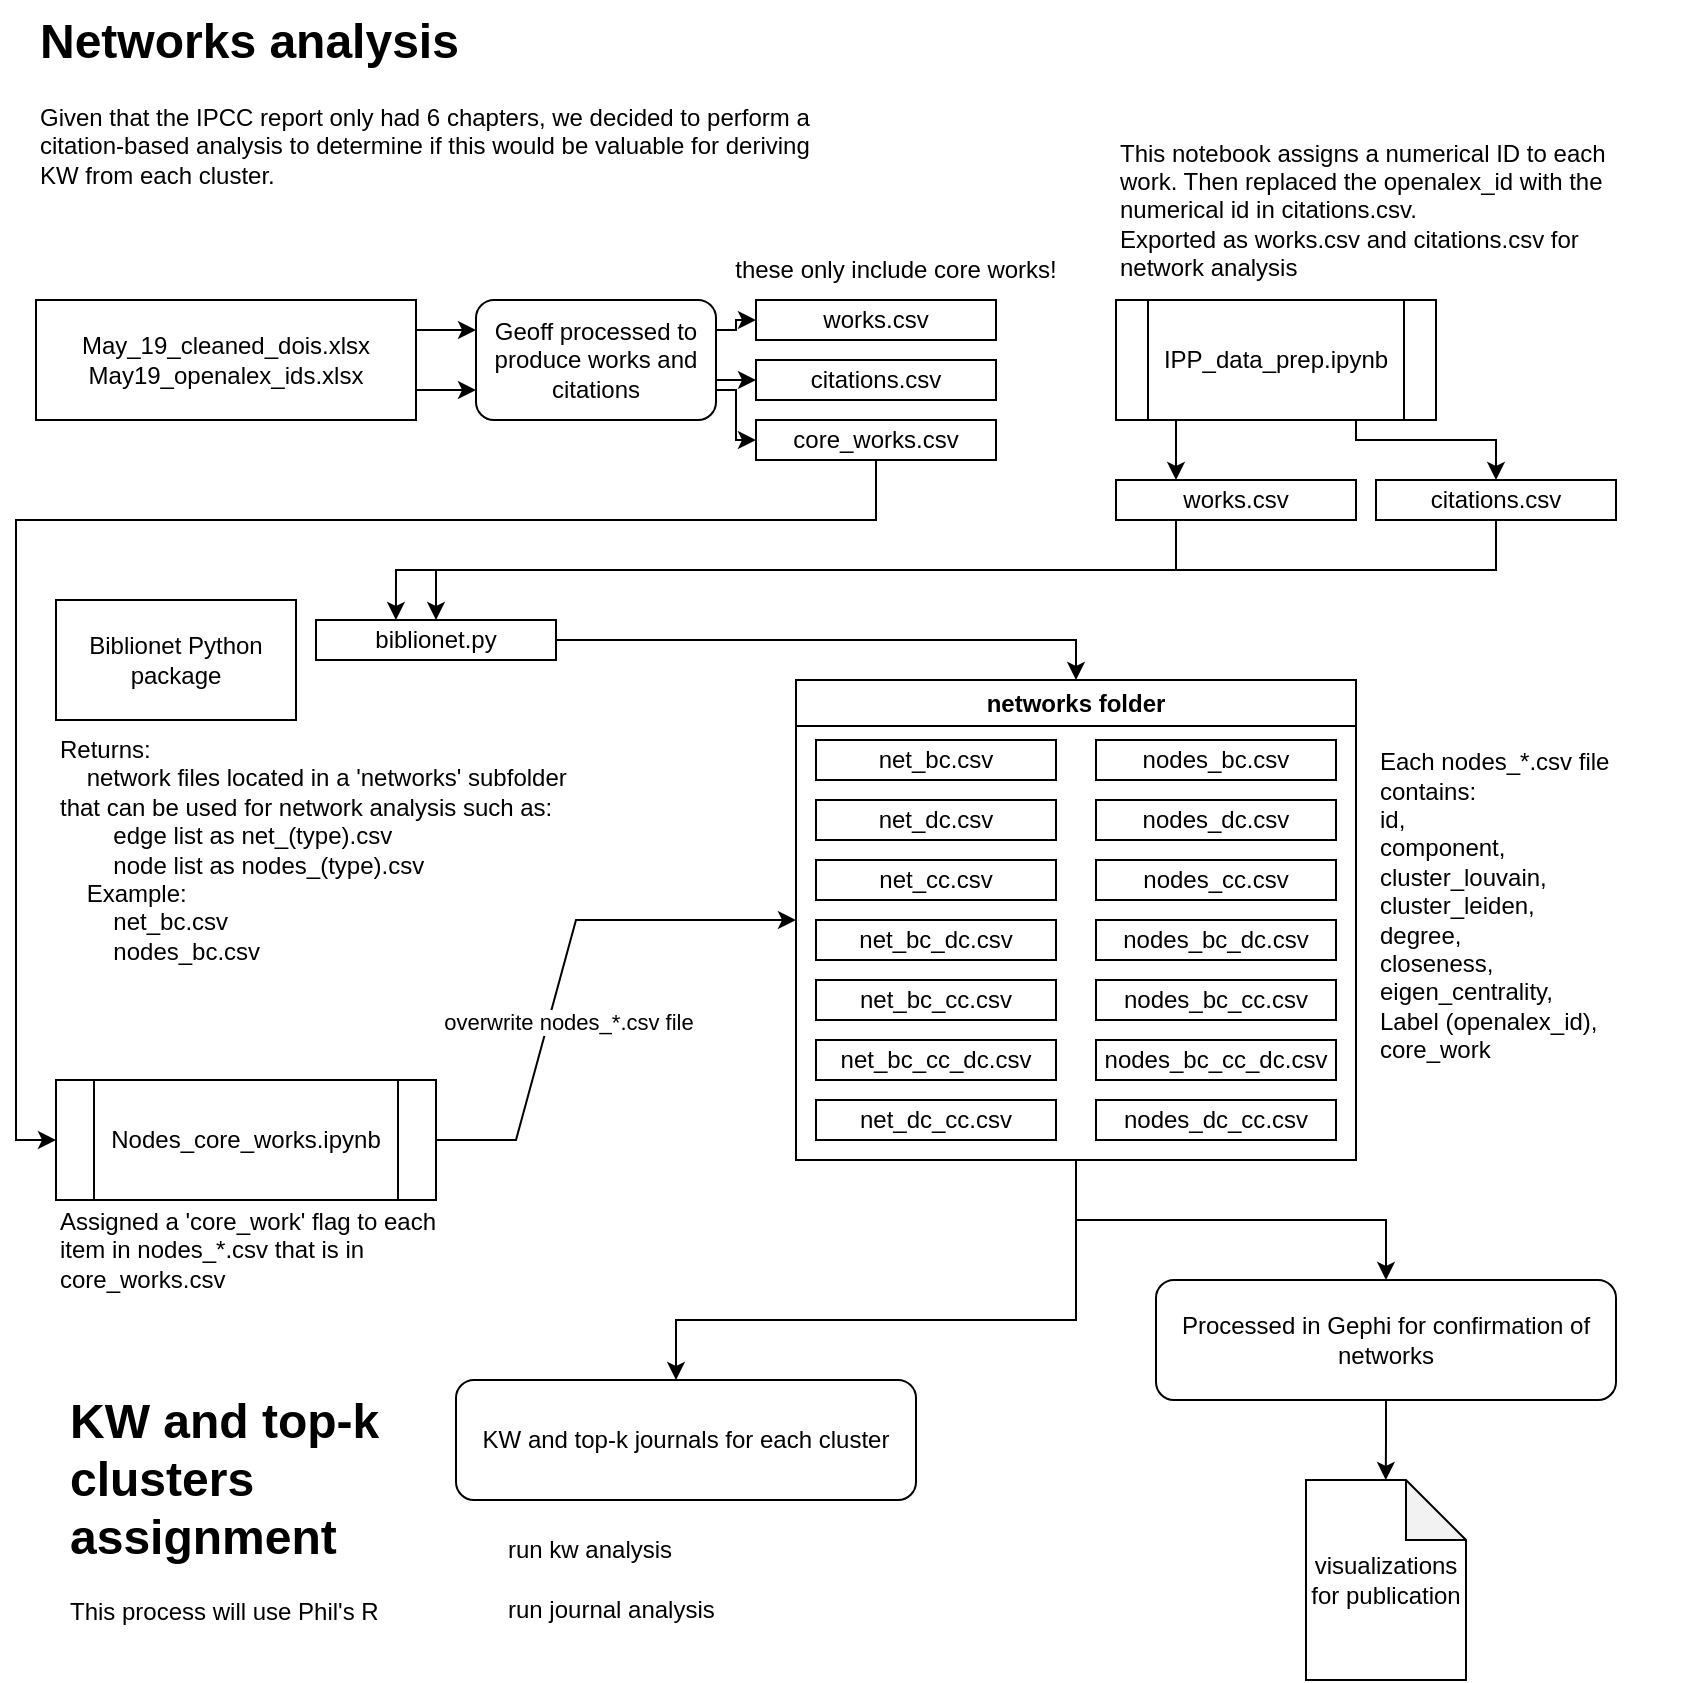
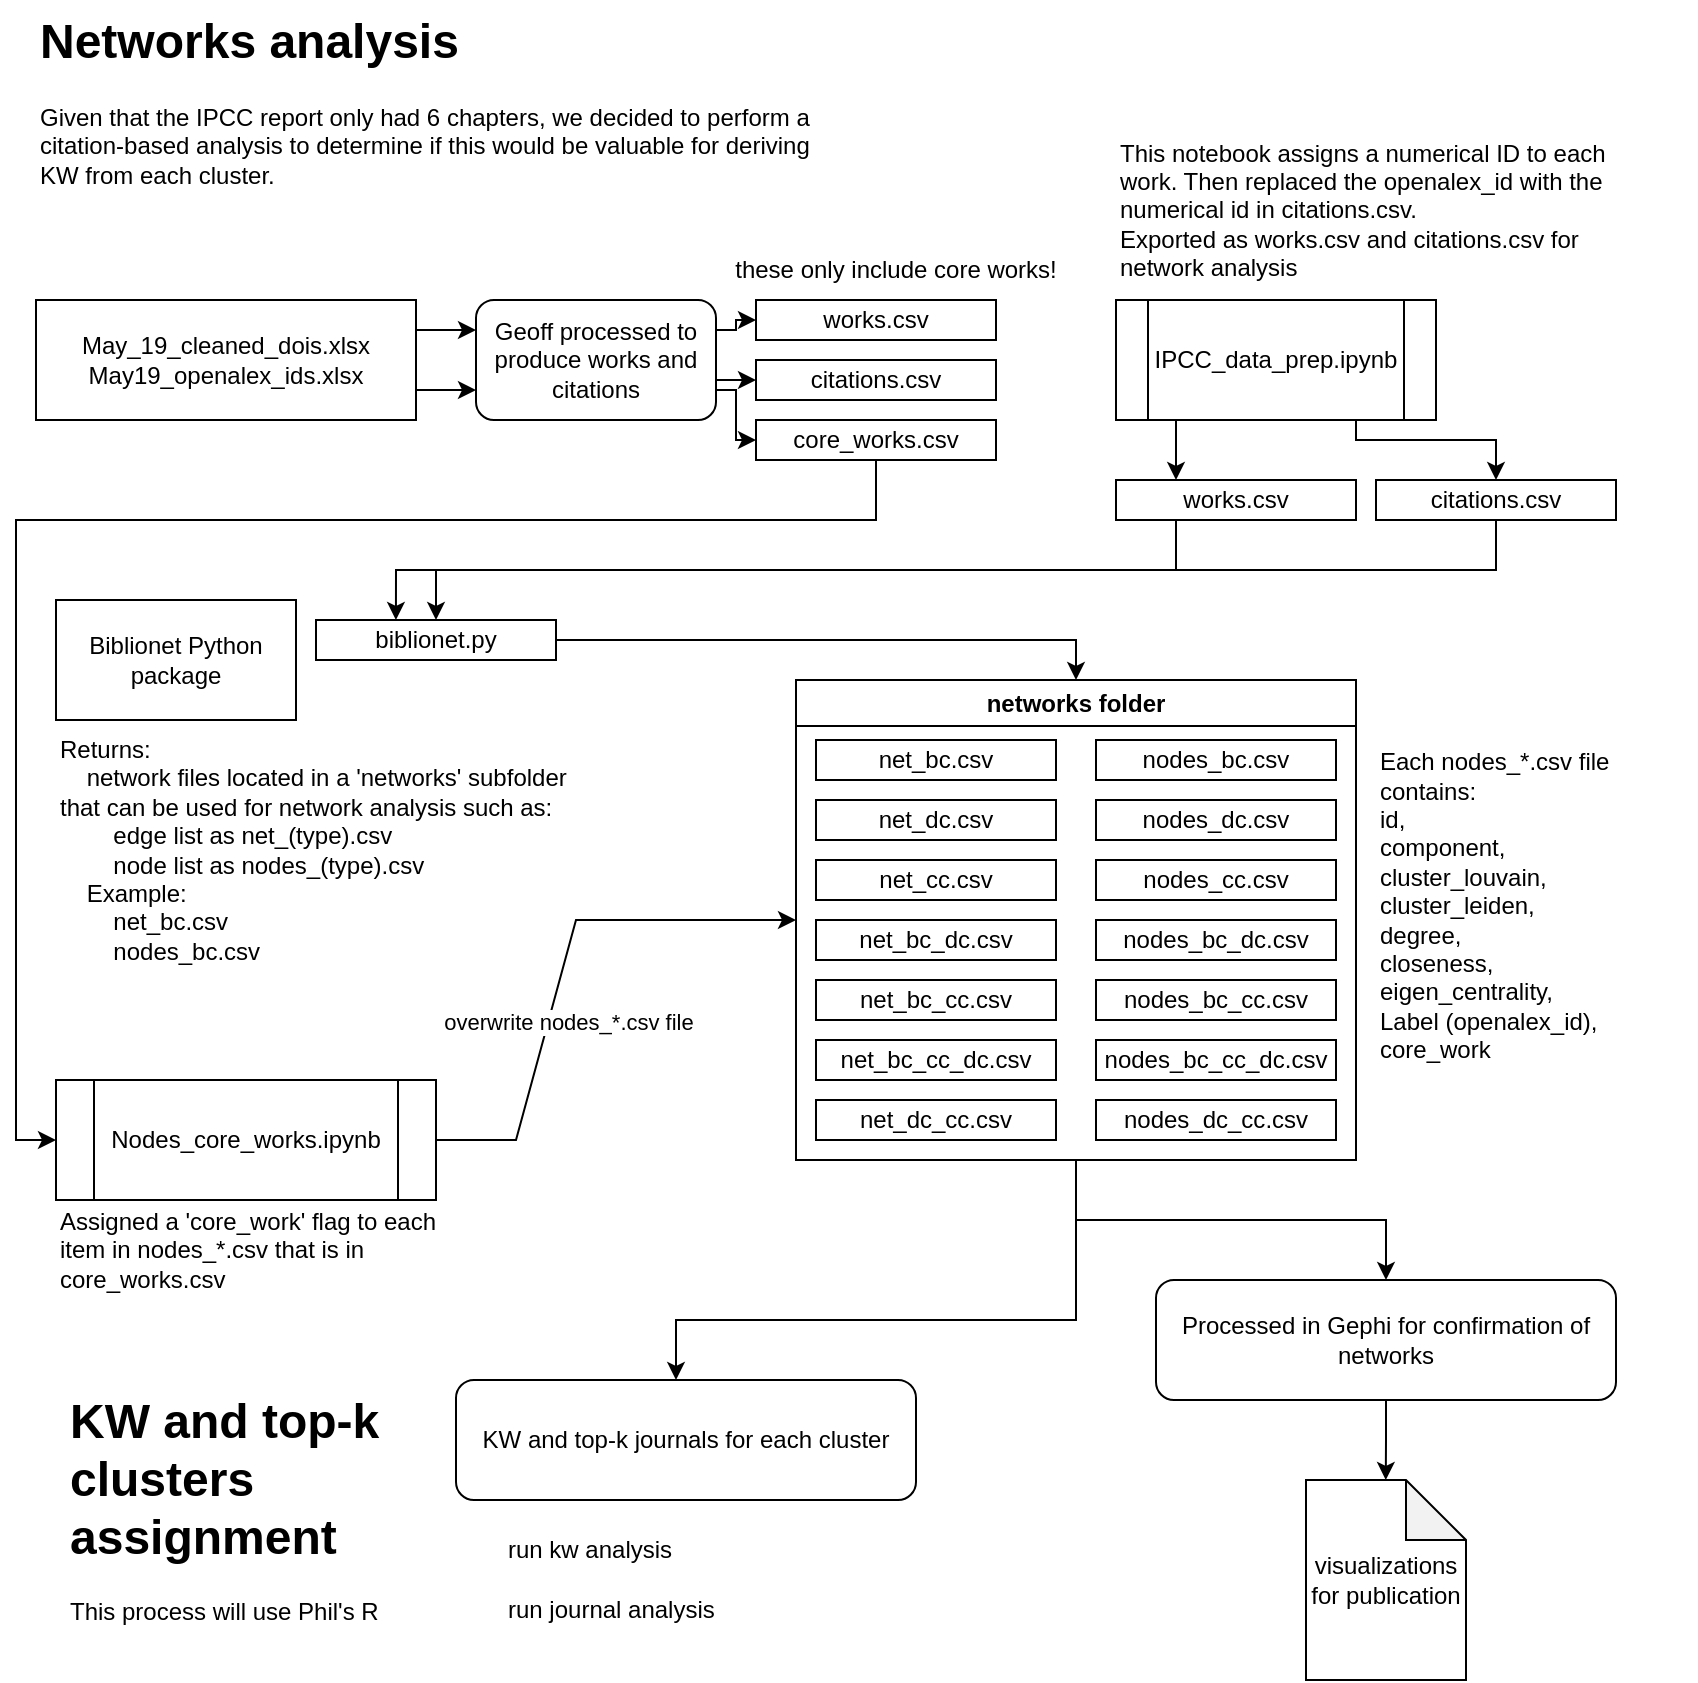
<mxfile host="Electron" agent="Mozilla/5.0 (Macintosh; Intel Mac OS X 10_15_7) AppleWebKit/537.36 (KHTML, like Gecko) draw.io/25.0.2 Chrome/128.0.6613.186 Electron/32.2.5 Safari/537.36" version="25.0.2">
  <diagram name="Page-1" id="7PPhIE9c90dEtfD6eno7">
-     <mxGraphModel dx="984" dy="826" grid="1" gridSize="10" guides="1" tooltips="1" connect="1" arrows="1" fold="1" page="1" pageScale="1" pageWidth="850" pageHeight="1100" math="0" shadow="0">
+     <mxGraphModel dx="933" dy="729" grid="1" gridSize="10" guides="1" tooltips="1" connect="1" arrows="1" fold="1" page="1" pageScale="1" pageWidth="850" pageHeight="1100" math="0" shadow="0">
      <root>
        <mxCell id="0" />
        <mxCell id="1" parent="0" />
-         <mxCell id="VjWokFepoS9yRtcOV1PZ-1" value="&lt;h1 style=&quot;margin-top: 0px;&quot;&gt;Networks analysis&lt;/h1&gt;&lt;div&gt;Given that the IPCC report only had 6 chapters, we decided to perform a citation-based analysis to determine if this would be valuable for deriving KW from each cluster.&amp;nbsp;&lt;/div&gt;" style="text;html=1;whiteSpace=wrap;overflow=hidden;rounded=0;" vertex="1" parent="1">
+         <mxCell id="VjWokFepoS9yRtcOV1PZ-1" value="&lt;h1 style=&quot;margin-top: 0px;&quot;&gt;Networks analysis&lt;/h1&gt;&lt;div&gt;Given that the IPCC report only had 6 chapters, we decided to perform a citation-based analysis to determine if this would be valuable for deriving KW from each cluster.&amp;nbsp;&lt;/div&gt;" style="text;html=1;whiteSpace=wrap;overflow=hidden;rounded=0;" parent="1" vertex="1">
          <mxGeometry x="30" y="40" width="390" height="110" as="geometry" />
        </mxCell>
-         <mxCell id="VjWokFepoS9yRtcOV1PZ-5" style="edgeStyle=orthogonalEdgeStyle;rounded=0;orthogonalLoop=1;jettySize=auto;html=1;exitX=1;exitY=0.25;exitDx=0;exitDy=0;entryX=0;entryY=0.25;entryDx=0;entryDy=0;" edge="1" parent="1" source="VjWokFepoS9yRtcOV1PZ-2" target="VjWokFepoS9yRtcOV1PZ-4">
-           <mxGeometry relative="1" as="geometry" />
-         </mxCell>
-         <mxCell id="VjWokFepoS9yRtcOV1PZ-2" value="May_19_cleaned_dois.xlsx&lt;div&gt;May19_openalex_ids.xlsx&lt;/div&gt;" style="rounded=0;whiteSpace=wrap;html=1;" vertex="1" parent="1">
+         <mxCell id="VjWokFepoS9yRtcOV1PZ-5" style="edgeStyle=orthogonalEdgeStyle;rounded=0;orthogonalLoop=1;jettySize=auto;html=1;exitX=1;exitY=0.25;exitDx=0;exitDy=0;entryX=0;entryY=0.25;entryDx=0;entryDy=0;" parent="1" source="VjWokFepoS9yRtcOV1PZ-2" target="VjWokFepoS9yRtcOV1PZ-4" edge="1">
+           <mxGeometry relative="1" as="geometry" />
+         </mxCell>
+         <mxCell id="VjWokFepoS9yRtcOV1PZ-2" value="May_19_cleaned_dois.xlsx&lt;div&gt;May19_openalex_ids.xlsx&lt;/div&gt;" style="rounded=0;whiteSpace=wrap;html=1;" parent="1" vertex="1">
          <mxGeometry x="30" y="190" width="190" height="60" as="geometry" />
        </mxCell>
-         <mxCell id="VjWokFepoS9yRtcOV1PZ-44" style="edgeStyle=orthogonalEdgeStyle;rounded=0;orthogonalLoop=1;jettySize=auto;html=1;exitX=1;exitY=0.25;exitDx=0;exitDy=0;entryX=0;entryY=0.5;entryDx=0;entryDy=0;" edge="1" parent="1" source="VjWokFepoS9yRtcOV1PZ-4" target="VjWokFepoS9yRtcOV1PZ-7">
+         <mxCell id="VjWokFepoS9yRtcOV1PZ-44" style="edgeStyle=orthogonalEdgeStyle;rounded=0;orthogonalLoop=1;jettySize=auto;html=1;exitX=1;exitY=0.25;exitDx=0;exitDy=0;entryX=0;entryY=0.5;entryDx=0;entryDy=0;" parent="1" source="VjWokFepoS9yRtcOV1PZ-4" target="VjWokFepoS9yRtcOV1PZ-7" edge="1">
          <mxGeometry relative="1" as="geometry">
            <Array as="points">
              <mxPoint x="380" y="205" />
              <mxPoint x="380" y="200" />
            </Array>
          </mxGeometry>
        </mxCell>
-         <mxCell id="VjWokFepoS9yRtcOV1PZ-45" style="edgeStyle=orthogonalEdgeStyle;rounded=0;orthogonalLoop=1;jettySize=auto;html=1;exitX=1;exitY=0.5;exitDx=0;exitDy=0;entryX=0;entryY=0.5;entryDx=0;entryDy=0;" edge="1" parent="1" source="VjWokFepoS9yRtcOV1PZ-4" target="VjWokFepoS9yRtcOV1PZ-14">
+         <mxCell id="VjWokFepoS9yRtcOV1PZ-45" style="edgeStyle=orthogonalEdgeStyle;rounded=0;orthogonalLoop=1;jettySize=auto;html=1;exitX=1;exitY=0.5;exitDx=0;exitDy=0;entryX=0;entryY=0.5;entryDx=0;entryDy=0;" parent="1" source="VjWokFepoS9yRtcOV1PZ-4" target="VjWokFepoS9yRtcOV1PZ-14" edge="1">
          <mxGeometry relative="1" as="geometry">
            <Array as="points">
              <mxPoint x="290" y="220" />
              <mxPoint x="290" y="230" />
            </Array>
          </mxGeometry>
        </mxCell>
-         <mxCell id="VjWokFepoS9yRtcOV1PZ-46" style="edgeStyle=orthogonalEdgeStyle;rounded=0;orthogonalLoop=1;jettySize=auto;html=1;exitX=1;exitY=0.75;exitDx=0;exitDy=0;entryX=0;entryY=0.5;entryDx=0;entryDy=0;" edge="1" parent="1" source="VjWokFepoS9yRtcOV1PZ-4" target="VjWokFepoS9yRtcOV1PZ-9">
+         <mxCell id="VjWokFepoS9yRtcOV1PZ-46" style="edgeStyle=orthogonalEdgeStyle;rounded=0;orthogonalLoop=1;jettySize=auto;html=1;exitX=1;exitY=0.75;exitDx=0;exitDy=0;entryX=0;entryY=0.5;entryDx=0;entryDy=0;" parent="1" source="VjWokFepoS9yRtcOV1PZ-4" target="VjWokFepoS9yRtcOV1PZ-9" edge="1">
          <mxGeometry relative="1" as="geometry">
            <Array as="points">
              <mxPoint x="380" y="235" />
              <mxPoint x="380" y="260" />
            </Array>
          </mxGeometry>
        </mxCell>
-         <mxCell id="VjWokFepoS9yRtcOV1PZ-4" value="Geoff processed to produce works and citations" style="rounded=1;whiteSpace=wrap;html=1;" vertex="1" parent="1">
+         <mxCell id="VjWokFepoS9yRtcOV1PZ-4" value="Geoff processed to produce works and citations" style="rounded=1;whiteSpace=wrap;html=1;" parent="1" vertex="1">
          <mxGeometry x="250" y="190" width="120" height="60" as="geometry" />
        </mxCell>
-         <mxCell id="VjWokFepoS9yRtcOV1PZ-6" style="edgeStyle=orthogonalEdgeStyle;rounded=0;orthogonalLoop=1;jettySize=auto;html=1;exitX=1;exitY=0.75;exitDx=0;exitDy=0;entryX=0;entryY=0.75;entryDx=0;entryDy=0;" edge="1" parent="1" source="VjWokFepoS9yRtcOV1PZ-2" target="VjWokFepoS9yRtcOV1PZ-4">
-           <mxGeometry relative="1" as="geometry" />
-         </mxCell>
-         <mxCell id="VjWokFepoS9yRtcOV1PZ-7" value="works.csv" style="rounded=0;whiteSpace=wrap;html=1;" vertex="1" parent="1">
+         <mxCell id="VjWokFepoS9yRtcOV1PZ-6" style="edgeStyle=orthogonalEdgeStyle;rounded=0;orthogonalLoop=1;jettySize=auto;html=1;exitX=1;exitY=0.75;exitDx=0;exitDy=0;entryX=0;entryY=0.75;entryDx=0;entryDy=0;" parent="1" source="VjWokFepoS9yRtcOV1PZ-2" target="VjWokFepoS9yRtcOV1PZ-4" edge="1">
+           <mxGeometry relative="1" as="geometry" />
+         </mxCell>
+         <mxCell id="VjWokFepoS9yRtcOV1PZ-7" value="works.csv" style="rounded=0;whiteSpace=wrap;html=1;" parent="1" vertex="1">
          <mxGeometry x="390" y="190" width="120" height="20" as="geometry" />
        </mxCell>
-         <mxCell id="VjWokFepoS9yRtcOV1PZ-21" style="edgeStyle=orthogonalEdgeStyle;rounded=0;orthogonalLoop=1;jettySize=auto;html=1;exitX=0.5;exitY=1;exitDx=0;exitDy=0;" edge="1" parent="1" source="VjWokFepoS9yRtcOV1PZ-8" target="VjWokFepoS9yRtcOV1PZ-19">
-           <mxGeometry relative="1" as="geometry" />
-         </mxCell>
-         <mxCell id="VjWokFepoS9yRtcOV1PZ-8" value="citations.csv" style="rounded=0;whiteSpace=wrap;html=1;" vertex="1" parent="1">
+         <mxCell id="VjWokFepoS9yRtcOV1PZ-21" style="edgeStyle=orthogonalEdgeStyle;rounded=0;orthogonalLoop=1;jettySize=auto;html=1;exitX=0.5;exitY=1;exitDx=0;exitDy=0;" parent="1" source="VjWokFepoS9yRtcOV1PZ-8" target="VjWokFepoS9yRtcOV1PZ-19" edge="1">
+           <mxGeometry relative="1" as="geometry" />
+         </mxCell>
+         <mxCell id="VjWokFepoS9yRtcOV1PZ-8" value="citations.csv" style="rounded=0;whiteSpace=wrap;html=1;" parent="1" vertex="1">
          <mxGeometry x="700" y="280" width="120" height="20" as="geometry" />
        </mxCell>
-         <mxCell id="VjWokFepoS9yRtcOV1PZ-43" style="edgeStyle=orthogonalEdgeStyle;rounded=0;orthogonalLoop=1;jettySize=auto;html=1;exitX=0.5;exitY=1;exitDx=0;exitDy=0;entryX=0;entryY=0.5;entryDx=0;entryDy=0;" edge="1" parent="1" source="VjWokFepoS9yRtcOV1PZ-9" target="VjWokFepoS9yRtcOV1PZ-41">
+         <mxCell id="VjWokFepoS9yRtcOV1PZ-43" style="edgeStyle=orthogonalEdgeStyle;rounded=0;orthogonalLoop=1;jettySize=auto;html=1;exitX=0.5;exitY=1;exitDx=0;exitDy=0;entryX=0;entryY=0.5;entryDx=0;entryDy=0;" parent="1" source="VjWokFepoS9yRtcOV1PZ-9" target="VjWokFepoS9yRtcOV1PZ-41" edge="1">
          <mxGeometry relative="1" as="geometry">
            <Array as="points">
              <mxPoint x="450" y="300" />
              <mxPoint x="20" y="300" />
              <mxPoint x="20" y="610" />
            </Array>
          </mxGeometry>
        </mxCell>
-         <mxCell id="VjWokFepoS9yRtcOV1PZ-9" value="core_works.csv" style="rounded=0;whiteSpace=wrap;html=1;" vertex="1" parent="1">
+         <mxCell id="VjWokFepoS9yRtcOV1PZ-9" value="core_works.csv" style="rounded=0;whiteSpace=wrap;html=1;" parent="1" vertex="1">
          <mxGeometry x="390" y="250" width="120" height="20" as="geometry" />
        </mxCell>
-         <mxCell id="VjWokFepoS9yRtcOV1PZ-10" value="these only include core works!" style="text;html=1;align=center;verticalAlign=middle;whiteSpace=wrap;rounded=0;" vertex="1" parent="1">
+         <mxCell id="VjWokFepoS9yRtcOV1PZ-10" value="these only include core works!" style="text;html=1;align=center;verticalAlign=middle;whiteSpace=wrap;rounded=0;" parent="1" vertex="1">
          <mxGeometry x="370" y="160" width="180" height="30" as="geometry" />
        </mxCell>
-         <mxCell id="VjWokFepoS9yRtcOV1PZ-16" style="edgeStyle=orthogonalEdgeStyle;rounded=0;orthogonalLoop=1;jettySize=auto;html=1;exitX=0.25;exitY=1;exitDx=0;exitDy=0;entryX=0.25;entryY=0;entryDx=0;entryDy=0;" edge="1" parent="1" source="VjWokFepoS9yRtcOV1PZ-11" target="VjWokFepoS9yRtcOV1PZ-13">
-           <mxGeometry relative="1" as="geometry" />
-         </mxCell>
-         <mxCell id="VjWokFepoS9yRtcOV1PZ-17" style="edgeStyle=orthogonalEdgeStyle;rounded=0;orthogonalLoop=1;jettySize=auto;html=1;exitX=0.75;exitY=1;exitDx=0;exitDy=0;entryX=0.5;entryY=0;entryDx=0;entryDy=0;" edge="1" parent="1" source="VjWokFepoS9yRtcOV1PZ-11" target="VjWokFepoS9yRtcOV1PZ-8">
+         <mxCell id="VjWokFepoS9yRtcOV1PZ-16" style="edgeStyle=orthogonalEdgeStyle;rounded=0;orthogonalLoop=1;jettySize=auto;html=1;exitX=0.25;exitY=1;exitDx=0;exitDy=0;entryX=0.25;entryY=0;entryDx=0;entryDy=0;" parent="1" source="VjWokFepoS9yRtcOV1PZ-11" target="VjWokFepoS9yRtcOV1PZ-13" edge="1">
+           <mxGeometry relative="1" as="geometry" />
+         </mxCell>
+         <mxCell id="VjWokFepoS9yRtcOV1PZ-17" style="edgeStyle=orthogonalEdgeStyle;rounded=0;orthogonalLoop=1;jettySize=auto;html=1;exitX=0.75;exitY=1;exitDx=0;exitDy=0;entryX=0.5;entryY=0;entryDx=0;entryDy=0;" parent="1" source="VjWokFepoS9yRtcOV1PZ-11" target="VjWokFepoS9yRtcOV1PZ-8" edge="1">
          <mxGeometry relative="1" as="geometry">
            <Array as="points">
              <mxPoint x="690" y="260" />
              <mxPoint x="760" y="260" />
            </Array>
          </mxGeometry>
        </mxCell>
-         <mxCell id="VjWokFepoS9yRtcOV1PZ-11" value="IPP_data_prep.ipynb" style="shape=process;whiteSpace=wrap;html=1;backgroundOutline=1;" vertex="1" parent="1">
+         <mxCell id="VjWokFepoS9yRtcOV1PZ-11" value="IPCC_data_prep.ipynb" style="shape=process;whiteSpace=wrap;html=1;backgroundOutline=1;" parent="1" vertex="1">
          <mxGeometry x="570" y="190" width="160" height="60" as="geometry" />
        </mxCell>
-         <mxCell id="VjWokFepoS9yRtcOV1PZ-12" value="This notebook assigns a numerical ID to each work. Then replaced the openalex_id with the numerical id in citations.csv.&amp;nbsp;&amp;nbsp;&lt;div&gt;Exported as works.csv and citations.csv for network analysis&lt;/div&gt;" style="text;html=1;align=left;verticalAlign=middle;whiteSpace=wrap;rounded=0;" vertex="1" parent="1">
+         <mxCell id="VjWokFepoS9yRtcOV1PZ-12" value="This notebook assigns a numerical ID to each work. Then replaced the openalex_id with the numerical id in citations.csv.&amp;nbsp;&amp;nbsp;&lt;div&gt;Exported as works.csv and citations.csv for network analysis&lt;/div&gt;" style="text;html=1;align=left;verticalAlign=middle;whiteSpace=wrap;rounded=0;" parent="1" vertex="1">
          <mxGeometry x="570" y="130" width="270" height="30" as="geometry" />
        </mxCell>
-         <mxCell id="VjWokFepoS9yRtcOV1PZ-13" value="works.csv" style="rounded=0;whiteSpace=wrap;html=1;" vertex="1" parent="1">
+         <mxCell id="VjWokFepoS9yRtcOV1PZ-13" value="works.csv" style="rounded=0;whiteSpace=wrap;html=1;" parent="1" vertex="1">
          <mxGeometry x="570" y="280" width="120" height="20" as="geometry" />
        </mxCell>
-         <mxCell id="VjWokFepoS9yRtcOV1PZ-14" value="citations.csv" style="rounded=0;whiteSpace=wrap;html=1;" vertex="1" parent="1">
+         <mxCell id="VjWokFepoS9yRtcOV1PZ-14" value="citations.csv" style="rounded=0;whiteSpace=wrap;html=1;" parent="1" vertex="1">
          <mxGeometry x="390" y="220" width="120" height="20" as="geometry" />
        </mxCell>
-         <mxCell id="VjWokFepoS9yRtcOV1PZ-18" value="Biblionet Python package" style="rounded=0;whiteSpace=wrap;html=1;" vertex="1" parent="1">
+         <mxCell id="VjWokFepoS9yRtcOV1PZ-18" value="Biblionet Python package" style="rounded=0;whiteSpace=wrap;html=1;" parent="1" vertex="1">
          <mxGeometry x="40" y="340" width="120" height="60" as="geometry" />
        </mxCell>
-         <mxCell id="VjWokFepoS9yRtcOV1PZ-40" style="edgeStyle=orthogonalEdgeStyle;rounded=0;orthogonalLoop=1;jettySize=auto;html=1;exitX=1;exitY=0.5;exitDx=0;exitDy=0;entryX=0.5;entryY=0;entryDx=0;entryDy=0;" edge="1" parent="1" source="VjWokFepoS9yRtcOV1PZ-19" target="VjWokFepoS9yRtcOV1PZ-24">
-           <mxGeometry relative="1" as="geometry" />
-         </mxCell>
-         <mxCell id="VjWokFepoS9yRtcOV1PZ-19" value="biblionet.py" style="rounded=0;whiteSpace=wrap;html=1;" vertex="1" parent="1">
+         <mxCell id="VjWokFepoS9yRtcOV1PZ-40" style="edgeStyle=orthogonalEdgeStyle;rounded=0;orthogonalLoop=1;jettySize=auto;html=1;exitX=1;exitY=0.5;exitDx=0;exitDy=0;entryX=0.5;entryY=0;entryDx=0;entryDy=0;" parent="1" source="VjWokFepoS9yRtcOV1PZ-19" target="VjWokFepoS9yRtcOV1PZ-24" edge="1">
+           <mxGeometry relative="1" as="geometry" />
+         </mxCell>
+         <mxCell id="VjWokFepoS9yRtcOV1PZ-19" value="biblionet.py" style="rounded=0;whiteSpace=wrap;html=1;" parent="1" vertex="1">
          <mxGeometry x="170" y="350" width="120" height="20" as="geometry" />
        </mxCell>
-         <mxCell id="VjWokFepoS9yRtcOV1PZ-20" style="edgeStyle=orthogonalEdgeStyle;rounded=0;orthogonalLoop=1;jettySize=auto;html=1;exitX=0.25;exitY=1;exitDx=0;exitDy=0;entryX=0.333;entryY=0;entryDx=0;entryDy=0;entryPerimeter=0;" edge="1" parent="1" source="VjWokFepoS9yRtcOV1PZ-13" target="VjWokFepoS9yRtcOV1PZ-19">
-           <mxGeometry relative="1" as="geometry" />
-         </mxCell>
-         <mxCell id="VjWokFepoS9yRtcOV1PZ-22" value="&lt;div&gt;Returns:&lt;/div&gt;&lt;div&gt;&amp;nbsp; &amp;nbsp; network files located in a &#39;networks&#39; subfolder that can be used for network analysis such as:&lt;/div&gt;&lt;div&gt;&amp;nbsp; &amp;nbsp; &amp;nbsp; &amp;nbsp; edge list as net_(type).csv&lt;/div&gt;&lt;div&gt;&amp;nbsp; &amp;nbsp; &amp;nbsp; &amp;nbsp; node list as nodes_(type).csv&lt;/div&gt;&lt;div&gt;&amp;nbsp; &amp;nbsp; Example:&lt;/div&gt;&lt;div&gt;&amp;nbsp; &amp;nbsp; &amp;nbsp; &amp;nbsp; net_bc.csv&lt;/div&gt;&lt;div&gt;&amp;nbsp; &amp;nbsp; &amp;nbsp; &amp;nbsp; nodes_bc.csv&lt;/div&gt;" style="text;html=1;align=left;verticalAlign=middle;whiteSpace=wrap;rounded=0;" vertex="1" parent="1">
+         <mxCell id="VjWokFepoS9yRtcOV1PZ-20" style="edgeStyle=orthogonalEdgeStyle;rounded=0;orthogonalLoop=1;jettySize=auto;html=1;exitX=0.25;exitY=1;exitDx=0;exitDy=0;entryX=0.333;entryY=0;entryDx=0;entryDy=0;entryPerimeter=0;" parent="1" source="VjWokFepoS9yRtcOV1PZ-13" target="VjWokFepoS9yRtcOV1PZ-19" edge="1">
+           <mxGeometry relative="1" as="geometry" />
+         </mxCell>
+         <mxCell id="VjWokFepoS9yRtcOV1PZ-22" value="&lt;div&gt;Returns:&lt;/div&gt;&lt;div&gt;&amp;nbsp; &amp;nbsp; network files located in a &#39;networks&#39; subfolder that can be used for network analysis such as:&lt;/div&gt;&lt;div&gt;&amp;nbsp; &amp;nbsp; &amp;nbsp; &amp;nbsp; edge list as net_(type).csv&lt;/div&gt;&lt;div&gt;&amp;nbsp; &amp;nbsp; &amp;nbsp; &amp;nbsp; node list as nodes_(type).csv&lt;/div&gt;&lt;div&gt;&amp;nbsp; &amp;nbsp; Example:&lt;/div&gt;&lt;div&gt;&amp;nbsp; &amp;nbsp; &amp;nbsp; &amp;nbsp; net_bc.csv&lt;/div&gt;&lt;div&gt;&amp;nbsp; &amp;nbsp; &amp;nbsp; &amp;nbsp; nodes_bc.csv&lt;/div&gt;" style="text;html=1;align=left;verticalAlign=middle;whiteSpace=wrap;rounded=0;" parent="1" vertex="1">
          <mxGeometry x="40" y="450" width="260" height="30" as="geometry" />
        </mxCell>
-         <mxCell id="VjWokFepoS9yRtcOV1PZ-53" style="edgeStyle=orthogonalEdgeStyle;rounded=0;orthogonalLoop=1;jettySize=auto;html=1;exitX=0.5;exitY=1;exitDx=0;exitDy=0;entryX=0.5;entryY=0;entryDx=0;entryDy=0;" edge="1" parent="1" source="VjWokFepoS9yRtcOV1PZ-24" target="VjWokFepoS9yRtcOV1PZ-52">
-           <mxGeometry relative="1" as="geometry" />
-         </mxCell>
-         <mxCell id="VjWokFepoS9yRtcOV1PZ-55" style="edgeStyle=orthogonalEdgeStyle;rounded=0;orthogonalLoop=1;jettySize=auto;html=1;exitX=0.5;exitY=1;exitDx=0;exitDy=0;" edge="1" parent="1" source="VjWokFepoS9yRtcOV1PZ-24" target="VjWokFepoS9yRtcOV1PZ-54">
+         <mxCell id="VjWokFepoS9yRtcOV1PZ-53" style="edgeStyle=orthogonalEdgeStyle;rounded=0;orthogonalLoop=1;jettySize=auto;html=1;exitX=0.5;exitY=1;exitDx=0;exitDy=0;entryX=0.5;entryY=0;entryDx=0;entryDy=0;" parent="1" source="VjWokFepoS9yRtcOV1PZ-24" target="VjWokFepoS9yRtcOV1PZ-52" edge="1">
+           <mxGeometry relative="1" as="geometry" />
+         </mxCell>
+         <mxCell id="VjWokFepoS9yRtcOV1PZ-55" style="edgeStyle=orthogonalEdgeStyle;rounded=0;orthogonalLoop=1;jettySize=auto;html=1;exitX=0.5;exitY=1;exitDx=0;exitDy=0;" parent="1" source="VjWokFepoS9yRtcOV1PZ-24" target="VjWokFepoS9yRtcOV1PZ-54" edge="1">
          <mxGeometry relative="1" as="geometry">
            <Array as="points">
              <mxPoint x="550" y="700" />
              <mxPoint x="350" y="700" />
            </Array>
          </mxGeometry>
        </mxCell>
-         <mxCell id="VjWokFepoS9yRtcOV1PZ-24" value="networks folder" style="swimlane;whiteSpace=wrap;html=1;" vertex="1" parent="1">
+         <mxCell id="VjWokFepoS9yRtcOV1PZ-24" value="networks folder" style="swimlane;whiteSpace=wrap;html=1;" parent="1" vertex="1">
          <mxGeometry x="410" y="380" width="280" height="240" as="geometry">
            <mxRectangle x="440" y="340" width="120" height="30" as="alternateBounds" />
          </mxGeometry>
        </mxCell>
-         <mxCell id="VjWokFepoS9yRtcOV1PZ-26" value="net_bc.csv" style="rounded=0;whiteSpace=wrap;html=1;" vertex="1" parent="VjWokFepoS9yRtcOV1PZ-24">
+         <mxCell id="VjWokFepoS9yRtcOV1PZ-26" value="net_bc.csv" style="rounded=0;whiteSpace=wrap;html=1;" parent="VjWokFepoS9yRtcOV1PZ-24" vertex="1">
          <mxGeometry x="10" y="30" width="120" height="20" as="geometry" />
        </mxCell>
-         <mxCell id="VjWokFepoS9yRtcOV1PZ-27" value="net_dc.csv" style="rounded=0;whiteSpace=wrap;html=1;" vertex="1" parent="VjWokFepoS9yRtcOV1PZ-24">
+         <mxCell id="VjWokFepoS9yRtcOV1PZ-27" value="net_dc.csv" style="rounded=0;whiteSpace=wrap;html=1;" parent="VjWokFepoS9yRtcOV1PZ-24" vertex="1">
          <mxGeometry x="10" y="60" width="120" height="20" as="geometry" />
        </mxCell>
-         <mxCell id="VjWokFepoS9yRtcOV1PZ-28" value="net_cc.csv" style="rounded=0;whiteSpace=wrap;html=1;" vertex="1" parent="VjWokFepoS9yRtcOV1PZ-24">
+         <mxCell id="VjWokFepoS9yRtcOV1PZ-28" value="net_cc.csv" style="rounded=0;whiteSpace=wrap;html=1;" parent="VjWokFepoS9yRtcOV1PZ-24" vertex="1">
          <mxGeometry x="10" y="90" width="120" height="20" as="geometry" />
        </mxCell>
-         <mxCell id="VjWokFepoS9yRtcOV1PZ-29" value="net_bc_dc.csv" style="rounded=0;whiteSpace=wrap;html=1;" vertex="1" parent="VjWokFepoS9yRtcOV1PZ-24">
+         <mxCell id="VjWokFepoS9yRtcOV1PZ-29" value="net_bc_dc.csv" style="rounded=0;whiteSpace=wrap;html=1;" parent="VjWokFepoS9yRtcOV1PZ-24" vertex="1">
          <mxGeometry x="10" y="120" width="120" height="20" as="geometry" />
        </mxCell>
-         <mxCell id="VjWokFepoS9yRtcOV1PZ-30" value="net_bc_cc.csv" style="rounded=0;whiteSpace=wrap;html=1;" vertex="1" parent="VjWokFepoS9yRtcOV1PZ-24">
+         <mxCell id="VjWokFepoS9yRtcOV1PZ-30" value="net_bc_cc.csv" style="rounded=0;whiteSpace=wrap;html=1;" parent="VjWokFepoS9yRtcOV1PZ-24" vertex="1">
          <mxGeometry x="10" y="150" width="120" height="20" as="geometry" />
        </mxCell>
-         <mxCell id="VjWokFepoS9yRtcOV1PZ-31" value="net_bc_cc_dc&lt;span style=&quot;background-color: initial;&quot;&gt;.csv&lt;/span&gt;" style="rounded=0;whiteSpace=wrap;html=1;" vertex="1" parent="VjWokFepoS9yRtcOV1PZ-24">
+         <mxCell id="VjWokFepoS9yRtcOV1PZ-31" value="net_bc_cc_dc&lt;span style=&quot;background-color: initial;&quot;&gt;.csv&lt;/span&gt;" style="rounded=0;whiteSpace=wrap;html=1;" parent="VjWokFepoS9yRtcOV1PZ-24" vertex="1">
          <mxGeometry x="10" y="180" width="120" height="20" as="geometry" />
        </mxCell>
-         <mxCell id="VjWokFepoS9yRtcOV1PZ-32" value="net_dc_cc&lt;span style=&quot;background-color: initial;&quot;&gt;.csv&lt;/span&gt;" style="rounded=0;whiteSpace=wrap;html=1;" vertex="1" parent="VjWokFepoS9yRtcOV1PZ-24">
+         <mxCell id="VjWokFepoS9yRtcOV1PZ-32" value="net_dc_cc&lt;span style=&quot;background-color: initial;&quot;&gt;.csv&lt;/span&gt;" style="rounded=0;whiteSpace=wrap;html=1;" parent="VjWokFepoS9yRtcOV1PZ-24" vertex="1">
          <mxGeometry x="10" y="210" width="120" height="20" as="geometry" />
        </mxCell>
-         <mxCell id="VjWokFepoS9yRtcOV1PZ-33" value="nodes_bc.csv" style="rounded=0;whiteSpace=wrap;html=1;" vertex="1" parent="VjWokFepoS9yRtcOV1PZ-24">
+         <mxCell id="VjWokFepoS9yRtcOV1PZ-33" value="nodes_bc.csv" style="rounded=0;whiteSpace=wrap;html=1;" parent="VjWokFepoS9yRtcOV1PZ-24" vertex="1">
          <mxGeometry x="150" y="30" width="120" height="20" as="geometry" />
        </mxCell>
-         <mxCell id="VjWokFepoS9yRtcOV1PZ-34" value="nodes_dc.csv" style="rounded=0;whiteSpace=wrap;html=1;" vertex="1" parent="VjWokFepoS9yRtcOV1PZ-24">
+         <mxCell id="VjWokFepoS9yRtcOV1PZ-34" value="nodes_dc.csv" style="rounded=0;whiteSpace=wrap;html=1;" parent="VjWokFepoS9yRtcOV1PZ-24" vertex="1">
          <mxGeometry x="150" y="60" width="120" height="20" as="geometry" />
        </mxCell>
-         <mxCell id="VjWokFepoS9yRtcOV1PZ-35" value="nodes_cc.csv" style="rounded=0;whiteSpace=wrap;html=1;" vertex="1" parent="VjWokFepoS9yRtcOV1PZ-24">
+         <mxCell id="VjWokFepoS9yRtcOV1PZ-35" value="nodes_cc.csv" style="rounded=0;whiteSpace=wrap;html=1;" parent="VjWokFepoS9yRtcOV1PZ-24" vertex="1">
          <mxGeometry x="150" y="90" width="120" height="20" as="geometry" />
        </mxCell>
-         <mxCell id="VjWokFepoS9yRtcOV1PZ-36" value="nodes_bc_dc.csv" style="rounded=0;whiteSpace=wrap;html=1;" vertex="1" parent="VjWokFepoS9yRtcOV1PZ-24">
+         <mxCell id="VjWokFepoS9yRtcOV1PZ-36" value="nodes_bc_dc.csv" style="rounded=0;whiteSpace=wrap;html=1;" parent="VjWokFepoS9yRtcOV1PZ-24" vertex="1">
          <mxGeometry x="150" y="120" width="120" height="20" as="geometry" />
        </mxCell>
-         <mxCell id="VjWokFepoS9yRtcOV1PZ-37" value="nodes_bc_cc.csv" style="rounded=0;whiteSpace=wrap;html=1;" vertex="1" parent="VjWokFepoS9yRtcOV1PZ-24">
+         <mxCell id="VjWokFepoS9yRtcOV1PZ-37" value="nodes_bc_cc.csv" style="rounded=0;whiteSpace=wrap;html=1;" parent="VjWokFepoS9yRtcOV1PZ-24" vertex="1">
          <mxGeometry x="150" y="150" width="120" height="20" as="geometry" />
        </mxCell>
-         <mxCell id="VjWokFepoS9yRtcOV1PZ-38" value="nodes_bc_cc_dc&lt;span style=&quot;background-color: initial;&quot;&gt;.csv&lt;/span&gt;" style="rounded=0;whiteSpace=wrap;html=1;" vertex="1" parent="VjWokFepoS9yRtcOV1PZ-24">
+         <mxCell id="VjWokFepoS9yRtcOV1PZ-38" value="nodes_bc_cc_dc&lt;span style=&quot;background-color: initial;&quot;&gt;.csv&lt;/span&gt;" style="rounded=0;whiteSpace=wrap;html=1;" parent="VjWokFepoS9yRtcOV1PZ-24" vertex="1">
          <mxGeometry x="150" y="180" width="120" height="20" as="geometry" />
        </mxCell>
-         <mxCell id="VjWokFepoS9yRtcOV1PZ-39" value="nodes_dc_cc&lt;span style=&quot;background-color: initial;&quot;&gt;.csv&lt;/span&gt;" style="rounded=0;whiteSpace=wrap;html=1;" vertex="1" parent="VjWokFepoS9yRtcOV1PZ-24">
+         <mxCell id="VjWokFepoS9yRtcOV1PZ-39" value="nodes_dc_cc&lt;span style=&quot;background-color: initial;&quot;&gt;.csv&lt;/span&gt;" style="rounded=0;whiteSpace=wrap;html=1;" parent="VjWokFepoS9yRtcOV1PZ-24" vertex="1">
          <mxGeometry x="150" y="210" width="120" height="20" as="geometry" />
        </mxCell>
-         <mxCell id="VjWokFepoS9yRtcOV1PZ-41" value="Nodes_core_works.ipynb" style="shape=process;whiteSpace=wrap;html=1;backgroundOutline=1;" vertex="1" parent="1">
+         <mxCell id="VjWokFepoS9yRtcOV1PZ-41" value="Nodes_core_works.ipynb" style="shape=process;whiteSpace=wrap;html=1;backgroundOutline=1;" parent="1" vertex="1">
          <mxGeometry x="40" y="580" width="190" height="60" as="geometry" />
        </mxCell>
-         <mxCell id="VjWokFepoS9yRtcOV1PZ-42" value="Assigned a &#39;core_work&#39; flag to each item in nodes_*.csv that is in core_works.csv" style="text;html=1;align=left;verticalAlign=middle;whiteSpace=wrap;rounded=0;" vertex="1" parent="1">
+         <mxCell id="VjWokFepoS9yRtcOV1PZ-42" value="Assigned a &#39;core_work&#39; flag to each item in nodes_*.csv that is in core_works.csv" style="text;html=1;align=left;verticalAlign=middle;whiteSpace=wrap;rounded=0;" parent="1" vertex="1">
          <mxGeometry x="40" y="650" width="200" height="30" as="geometry" />
        </mxCell>
-         <mxCell id="VjWokFepoS9yRtcOV1PZ-50" value="Each nodes_*.csv file contains:&lt;div&gt;id,&lt;/div&gt;&lt;div&gt;component,&lt;/div&gt;&lt;div&gt;cluster_louvain,&lt;/div&gt;&lt;div&gt;cluster_leiden,&lt;/div&gt;&lt;div&gt;degree,&lt;/div&gt;&lt;div&gt;closeness,&lt;/div&gt;&lt;div&gt;eigen_centrality,&lt;/div&gt;&lt;div&gt;Label (openalex_id),&lt;/div&gt;&lt;div&gt;core_work&lt;br&gt;&lt;div&gt;&lt;br&gt;&lt;/div&gt;&lt;/div&gt;" style="text;html=1;align=left;verticalAlign=middle;whiteSpace=wrap;rounded=0;" vertex="1" parent="1">
+         <mxCell id="VjWokFepoS9yRtcOV1PZ-50" value="Each nodes_*.csv file contains:&lt;div&gt;id,&lt;/div&gt;&lt;div&gt;component,&lt;/div&gt;&lt;div&gt;cluster_louvain,&lt;/div&gt;&lt;div&gt;cluster_leiden,&lt;/div&gt;&lt;div&gt;degree,&lt;/div&gt;&lt;div&gt;closeness,&lt;/div&gt;&lt;div&gt;eigen_centrality,&lt;/div&gt;&lt;div&gt;Label (openalex_id),&lt;/div&gt;&lt;div&gt;core_work&lt;br&gt;&lt;div&gt;&lt;br&gt;&lt;/div&gt;&lt;/div&gt;" style="text;html=1;align=left;verticalAlign=middle;whiteSpace=wrap;rounded=0;" parent="1" vertex="1">
          <mxGeometry x="700" y="410" width="160" height="180" as="geometry" />
        </mxCell>
-         <mxCell id="VjWokFepoS9yRtcOV1PZ-64" style="edgeStyle=orthogonalEdgeStyle;rounded=0;orthogonalLoop=1;jettySize=auto;html=1;exitX=0.5;exitY=1;exitDx=0;exitDy=0;" edge="1" parent="1" source="VjWokFepoS9yRtcOV1PZ-52">
+         <mxCell id="VjWokFepoS9yRtcOV1PZ-64" style="edgeStyle=orthogonalEdgeStyle;rounded=0;orthogonalLoop=1;jettySize=auto;html=1;exitX=0.5;exitY=1;exitDx=0;exitDy=0;" parent="1" source="VjWokFepoS9yRtcOV1PZ-52" edge="1">
          <mxGeometry relative="1" as="geometry">
            <mxPoint x="704.8888888888889" y="780" as="targetPoint" />
          </mxGeometry>
        </mxCell>
-         <mxCell id="VjWokFepoS9yRtcOV1PZ-52" value="Processed in Gephi for confirmation of networks" style="rounded=1;whiteSpace=wrap;html=1;" vertex="1" parent="1">
+         <mxCell id="VjWokFepoS9yRtcOV1PZ-52" value="Processed in Gephi for confirmation of networks" style="rounded=1;whiteSpace=wrap;html=1;" parent="1" vertex="1">
          <mxGeometry x="590" y="680" width="230" height="60" as="geometry" />
        </mxCell>
-         <mxCell id="VjWokFepoS9yRtcOV1PZ-54" value="KW and top-k journals for each cluster" style="rounded=1;whiteSpace=wrap;html=1;" vertex="1" parent="1">
+         <mxCell id="VjWokFepoS9yRtcOV1PZ-54" value="KW and top-k journals for each cluster" style="rounded=1;whiteSpace=wrap;html=1;" parent="1" vertex="1">
          <mxGeometry x="240" y="730" width="230" height="60" as="geometry" />
        </mxCell>
-         <mxCell id="VjWokFepoS9yRtcOV1PZ-56" value="&lt;h1 style=&quot;margin-top: 0px;&quot;&gt;KW and top-k clusters assignment&lt;/h1&gt;&lt;div&gt;This process will use Phil&#39;s R code to find the top-n keywords and top-k journals for each cluster&lt;/div&gt;" style="text;html=1;whiteSpace=wrap;overflow=hidden;rounded=0;" vertex="1" parent="1">
+         <mxCell id="VjWokFepoS9yRtcOV1PZ-56" value="&lt;h1 style=&quot;margin-top: 0px;&quot;&gt;KW and top-k clusters assignment&lt;/h1&gt;&lt;div&gt;This process will use Phil&#39;s R code to find the top-n keywords and top-k journals for each cluster&lt;/div&gt;" style="text;html=1;whiteSpace=wrap;overflow=hidden;rounded=0;" parent="1" vertex="1">
          <mxGeometry x="45" y="730" width="180" height="120" as="geometry" />
        </mxCell>
-         <mxCell id="VjWokFepoS9yRtcOV1PZ-57" value="run kw analysis" style="text;strokeColor=none;fillColor=none;align=left;verticalAlign=middle;spacingLeft=4;spacingRight=4;overflow=hidden;points=[[0,0.5],[1,0.5]];portConstraint=eastwest;rotatable=0;whiteSpace=wrap;html=1;" vertex="1" parent="1">
+         <mxCell id="VjWokFepoS9yRtcOV1PZ-57" value="run kw analysis" style="text;strokeColor=none;fillColor=none;align=left;verticalAlign=middle;spacingLeft=4;spacingRight=4;overflow=hidden;points=[[0,0.5],[1,0.5]];portConstraint=eastwest;rotatable=0;whiteSpace=wrap;html=1;" parent="1" vertex="1">
          <mxGeometry x="260" y="800" width="140" height="30" as="geometry" />
        </mxCell>
-         <mxCell id="VjWokFepoS9yRtcOV1PZ-58" value="run journal analysis" style="text;strokeColor=none;fillColor=none;align=left;verticalAlign=middle;spacingLeft=4;spacingRight=4;overflow=hidden;points=[[0,0.5],[1,0.5]];portConstraint=eastwest;rotatable=0;whiteSpace=wrap;html=1;" vertex="1" parent="1">
+         <mxCell id="VjWokFepoS9yRtcOV1PZ-58" value="run journal analysis" style="text;strokeColor=none;fillColor=none;align=left;verticalAlign=middle;spacingLeft=4;spacingRight=4;overflow=hidden;points=[[0,0.5],[1,0.5]];portConstraint=eastwest;rotatable=0;whiteSpace=wrap;html=1;" parent="1" vertex="1">
          <mxGeometry x="260" y="830" width="140" height="30" as="geometry" />
        </mxCell>
-         <mxCell id="VjWokFepoS9yRtcOV1PZ-61" value="" style="endArrow=classic;html=1;rounded=0;exitX=1;exitY=0.5;exitDx=0;exitDy=0;entryX=0;entryY=0.5;entryDx=0;entryDy=0;" edge="1" parent="1" source="VjWokFepoS9yRtcOV1PZ-41" target="VjWokFepoS9yRtcOV1PZ-24">
+         <mxCell id="VjWokFepoS9yRtcOV1PZ-61" value="" style="endArrow=classic;html=1;rounded=0;exitX=1;exitY=0.5;exitDx=0;exitDy=0;entryX=0;entryY=0.5;entryDx=0;entryDy=0;" parent="1" source="VjWokFepoS9yRtcOV1PZ-41" target="VjWokFepoS9yRtcOV1PZ-24" edge="1">
          <mxGeometry relative="1" as="geometry">
            <mxPoint x="370" y="650" as="sourcePoint" />
            <mxPoint x="470" y="650" as="targetPoint" />
            <Array as="points">
              <mxPoint x="270" y="610" />
              <mxPoint x="300" y="500" />
            </Array>
          </mxGeometry>
        </mxCell>
-         <mxCell id="VjWokFepoS9yRtcOV1PZ-63" value="overwrite nodes_*.csv file" style="edgeLabel;html=1;align=center;verticalAlign=middle;resizable=0;points=[];" vertex="1" connectable="0" parent="VjWokFepoS9yRtcOV1PZ-61">
+         <mxCell id="VjWokFepoS9yRtcOV1PZ-63" value="overwrite nodes_*.csv file" style="edgeLabel;html=1;align=center;verticalAlign=middle;resizable=0;points=[];" parent="VjWokFepoS9yRtcOV1PZ-61" vertex="1" connectable="0">
          <mxGeometry x="0.0065" y="-2" relative="1" as="geometry">
            <mxPoint x="-1" y="30" as="offset" />
          </mxGeometry>
        </mxCell>
-         <mxCell id="VjWokFepoS9yRtcOV1PZ-65" value="visualizations for publication" style="shape=note;whiteSpace=wrap;html=1;backgroundOutline=1;darkOpacity=0.05;" vertex="1" parent="1">
+         <mxCell id="VjWokFepoS9yRtcOV1PZ-65" value="visualizations for publication" style="shape=note;whiteSpace=wrap;html=1;backgroundOutline=1;darkOpacity=0.05;" parent="1" vertex="1">
          <mxGeometry x="665" y="780" width="80" height="100" as="geometry" />
        </mxCell>
      </root>
    </mxGraphModel>
  </diagram>
</mxfile>
